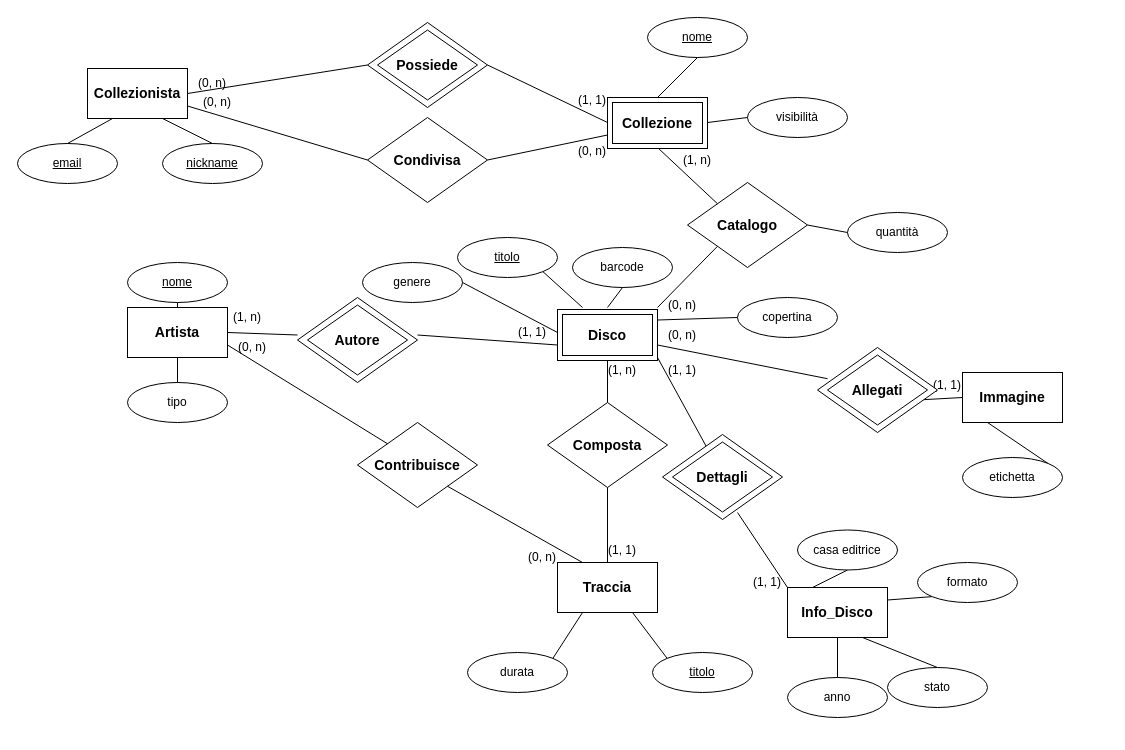
This is design/Collectors_ER_Ristrutturato.drawio from darthmassari/collectors-mysql-project, a draw.io file, before an edit. Source tidied: cells renumbered, new cells numbered last; positions are measured from the earlier drawing's top-left corner, leaving out a move shared by most shapes. Both pictures are drawn from the tidied source at 100%, with x=0, y=0 at pixel (17, 17).
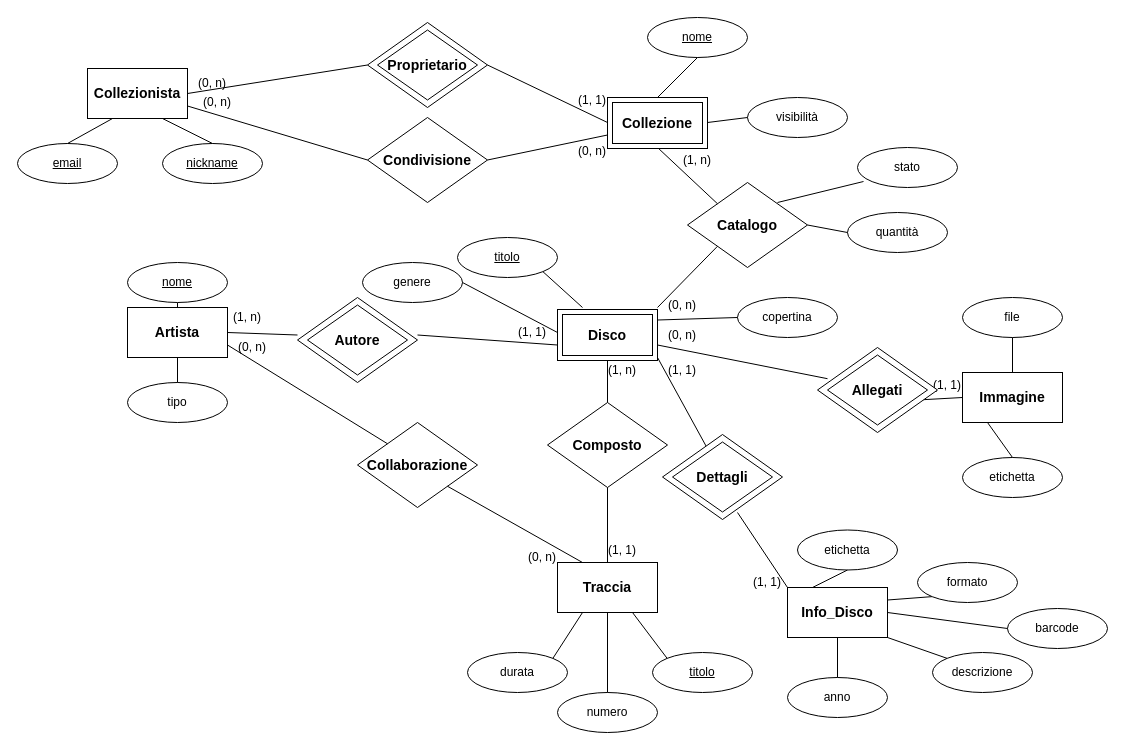
The same page after the edit.

Commit message (it also covers changes not shown here):
update modelli ER e relazionale

Unchanged cells that the change refers to:
```xml
<mxCell id="3" style="group;" parent="2" vertex="1">
  <mxGeometry width="120" height="85" as="geometry" />
</mxCell>
<mxCell id="54" style="group;" parent="1" vertex="1">
  <mxGeometry x="530" y="385" width="120" height="85" as="geometry" />
</mxCell>
<mxCell id="61" style="group;" parent="1" vertex="1">
  <mxGeometry x="350" y="100" width="120" height="85" as="geometry" />
</mxCell>
<mxCell id="69" value="etichetta" style="ellipse;whiteSpace=wrap;html=1;align=center;" parent="1" vertex="1">
  <mxGeometry x="945" y="440" width="100" height="40" as="geometry" />
</mxCell>
<mxCell id="73" style="group;" parent="1" vertex="1">
  <mxGeometry x="340" y="405" width="120" height="85" as="geometry" />
</mxCell>
<mxCell id="85" style="html=1;dashed=0;whiteSpace=wrap;" parent="84" vertex="1">
  <mxGeometry width="100" height="50" as="geometry" />
</mxCell>
<mxCell id="94" style="html=1;dashed=0;whiteSpace=wrap;" parent="93" vertex="1">
  <mxGeometry width="100" height="50" as="geometry" />
</mxCell>
```

The edit, as a diff of the source:
```diff
@@
-    <mxCell id="6" value="Possiede" style="text;html=1;strokeColor=none;fillColor=none;align=center;verticalAlign=middle;whiteSpace=wrap;rounded=0;fontStyle=1;fontSize=14;" parent="3" vertex="1">
+    <mxCell id="6" value="Proprietario" style="text;html=1;strokeColor=none;fillColor=none;align=center;verticalAlign=middle;whiteSpace=wrap;rounded=0;fontStyle=1;fontSize=14;" parent="3" vertex="1">
       <mxGeometry x="30" y="27.5" width="60" height="30" as="geometry" />
     </mxCell>
@@
-    <mxCell id="19" value="barcode" style="ellipse;whiteSpace=wrap;html=1;align=center;" parent="1" vertex="1">
-      <mxGeometry x="555" y="230" width="100" height="40" as="geometry" />
-    </mxCell>
@@
-    <mxCell id="34" style="endArrow=none;html=1;rounded=0;entryX=0.5;entryY=0;entryDx=0;entryDy=0;exitX=0.5;exitY=1;exitDx=0;exitDy=0;" parent="1" edge="1" source="19">
-      <mxGeometry relative="1" as="geometry">
-        <mxPoint x="590" y="290" as="targetPoint" />
-      </mxGeometry>
-    </mxCell>
@@
-    <mxCell id="40" style="endArrow=none;html=1;rounded=0;exitX=0.75;exitY=1;exitDx=0;exitDy=0;entryX=0.5;entryY=0;entryDx=0;entryDy=0;" parent="1" edge="1" source="94" target="97">
-      <mxGeometry relative="1" as="geometry" />
-    </mxCell>
@@
-    <mxCell id="56" value="Composta" style="text;html=1;strokeColor=none;fillColor=none;align=center;verticalAlign=middle;whiteSpace=wrap;rounded=0;fontStyle=1;fontSize=14;" parent="54" vertex="1">
+    <mxCell id="56" value="Composto" style="text;html=1;strokeColor=none;fillColor=none;align=center;verticalAlign=middle;whiteSpace=wrap;rounded=0;fontStyle=1;fontSize=14;" parent="54" vertex="1">
       <mxGeometry x="30" y="27.5" width="60" height="30" as="geometry" />
     </mxCell>
@@
-    <mxCell id="63" value="Condivisa" style="text;html=1;strokeColor=none;fillColor=none;align=center;verticalAlign=middle;whiteSpace=wrap;rounded=0;fontStyle=1;fontSize=14;" parent="61" vertex="1">
+    <mxCell id="63" value="Condivisione" style="text;html=1;strokeColor=none;fillColor=none;align=center;verticalAlign=middle;whiteSpace=wrap;rounded=0;fontStyle=1;fontSize=14;" parent="61" vertex="1">
       <mxGeometry x="30" y="27.5" width="60" height="30" as="geometry" />
     </mxCell>
@@
-    <mxCell id="70" style="endArrow=none;html=1;rounded=0;entryX=1;entryY=0;entryDx=0;entryDy=0;exitX=0.25;exitY=1;exitDx=0;exitDy=0;" parent="1" edge="1" source="85" target="69">
+    <mxCell id="70" style="endArrow=none;html=1;rounded=0;entryX=0.5;entryY=0;entryDx=0;entryDy=0;exitX=0.25;exitY=1;exitDx=0;exitDy=0;" parent="1" edge="1" source="85" target="69">
       <mxGeometry relative="1" as="geometry" />
     </mxCell>
-    <mxCell id="71" value="casa editrice" style="ellipse;whiteSpace=wrap;html=1;align=center;" parent="1" vertex="1">
+    <mxCell id="71" value="etichetta" style="ellipse;whiteSpace=wrap;html=1;align=center;" parent="1" vertex="1">
       <mxGeometry x="780" y="512.5" width="100" height="40" as="geometry" />
     </mxCell>
@@
-    <mxCell id="75" value="Contribuisce" style="text;html=1;strokeColor=none;fillColor=none;align=center;verticalAlign=middle;whiteSpace=wrap;rounded=0;fontStyle=1;fontSize=14;" parent="73" vertex="1">
+    <mxCell id="75" value="Collaborazione" style="text;html=1;strokeColor=none;fillColor=none;align=center;verticalAlign=middle;whiteSpace=wrap;rounded=0;fontStyle=1;fontSize=14;" parent="73" vertex="1">
       <mxGeometry x="30" y="27.5" width="60" height="30" as="geometry" />
     </mxCell>
@@
-    <mxCell id="97" value="stato" style="ellipse;whiteSpace=wrap;html=1;align=center;" parent="1" vertex="1">
-      <mxGeometry x="870" y="650" width="100" height="40" as="geometry" />
-    </mxCell>
@@
+    <mxCell id="97" value="stato" style="ellipse;whiteSpace=wrap;html=1;align=center;" parent="1" vertex="1">
+      <mxGeometry x="840" y="130" width="100" height="40" as="geometry" />
+    </mxCell>
+    <mxCell id="118" style="endArrow=none;html=1;rounded=0;entryX=0.06;entryY=0.85;entryDx=0;entryDy=0;exitX=1;exitY=0;exitDx=0;exitDy=0;entryPerimeter=0;" parent="1" edge="1" target="97">
+      <mxGeometry relative="1" as="geometry">
+        <mxPoint x="760" y="185" as="sourcePoint" />
+      </mxGeometry>
+    </mxCell>
+    <mxCell id="119" value="numero" style="ellipse;whiteSpace=wrap;html=1;align=center;" parent="1" vertex="1">
+      <mxGeometry x="540" y="675" width="100" height="40" as="geometry" />
+    </mxCell>
+    <mxCell id="120" style="endArrow=none;html=1;rounded=0;entryX=0.5;entryY=1;entryDx=0;entryDy=0;exitX=0.5;exitY=0;exitDx=0;exitDy=0;" parent="1" edge="1" source="119">
+      <mxGeometry relative="1" as="geometry">
+        <mxPoint x="590" y="595" as="targetPoint" />
+      </mxGeometry>
+    </mxCell>
+    <mxCell id="121" value="descrizione" style="ellipse;whiteSpace=wrap;html=1;align=center;" parent="1" vertex="1">
+      <mxGeometry x="915" y="635" width="100" height="40" as="geometry" />
+    </mxCell>
+    <mxCell id="122" style="endArrow=none;html=1;rounded=0;entryX=0;entryY=0;entryDx=0;entryDy=0;exitX=1;exitY=1;exitDx=0;exitDy=0;" parent="1" edge="1" source="94" target="121">
+      <mxGeometry relative="1" as="geometry" />
+    </mxCell>
+    <mxCell id="19" value="barcode" style="ellipse;whiteSpace=wrap;html=1;align=center;" parent="1" vertex="1">
+      <mxGeometry x="990" y="591" width="100" height="40" as="geometry" />
+    </mxCell>
+    <mxCell id="123" style="endArrow=none;html=1;rounded=0;entryX=1;entryY=0.5;entryDx=0;entryDy=0;exitX=0;exitY=0.5;exitDx=0;exitDy=0;" parent="1" edge="1" source="19" target="94">
+      <mxGeometry relative="1" as="geometry" />
+    </mxCell>
+    <mxCell id="124" value="file" style="ellipse;whiteSpace=wrap;html=1;align=center;" parent="1" vertex="1">
+      <mxGeometry x="945" y="280" width="100" height="40" as="geometry" />
+    </mxCell>
+    <mxCell id="125" style="endArrow=none;html=1;rounded=0;entryX=0.5;entryY=1;entryDx=0;entryDy=0;exitX=0.5;exitY=0;exitDx=0;exitDy=0;" parent="1" edge="1" source="85" target="124">
+      <mxGeometry relative="1" as="geometry" />
+    </mxCell>
```
